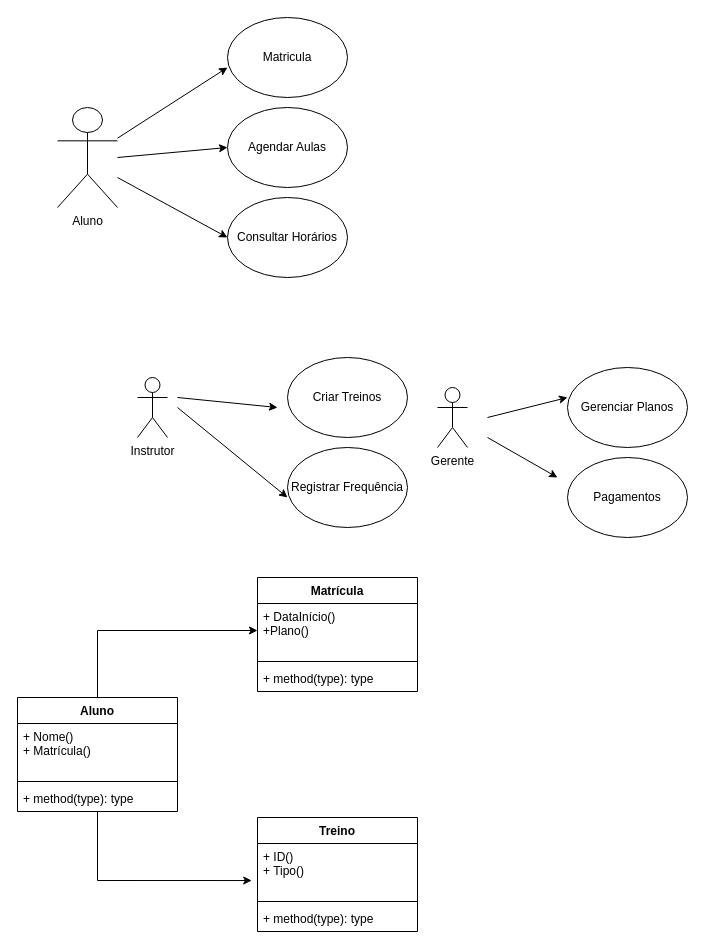
The draw.io diagram page "Página-4" (3 of 7) of Diagrama sem nome.drawio in Yariwake2/diagramaderequisitos, before the edit. Source tidied: cells renumbered, new cells numbered last; positions are measured from the earlier drawing's top-left corner, leaving out a move shared by most shapes. Both pictures are drawn from the tidied source at 100%, with x=0, y=0 at pixel (17, 17).
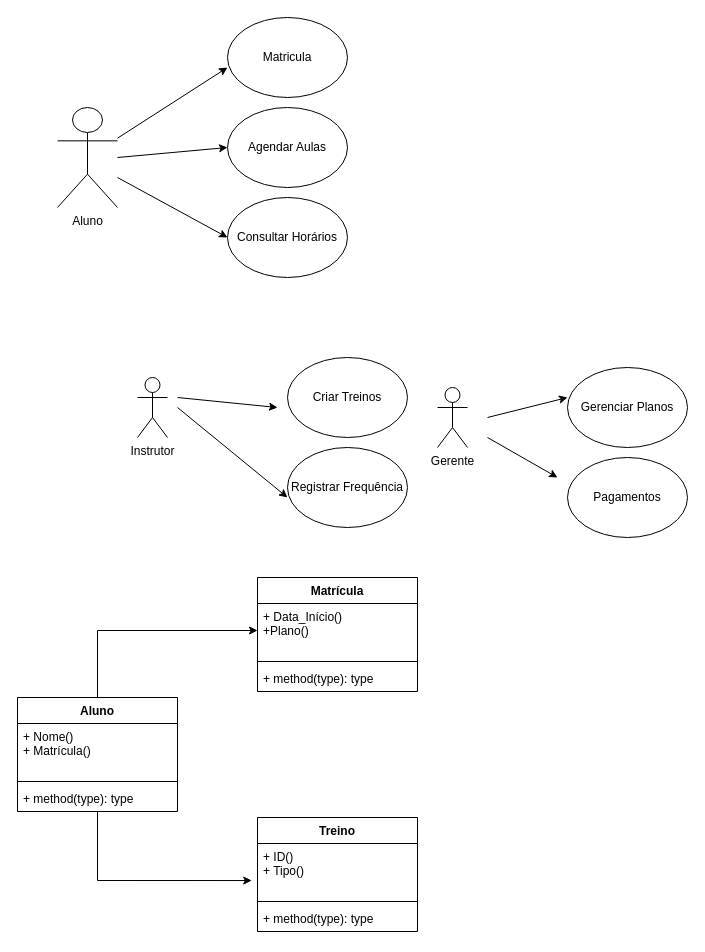
Above is the later version.

The change refers to these unchanged cells:
```xml
<mxCell id="28" value="Matrícula" style="swimlane;fontStyle=1;align=center;verticalAlign=top;horizontal=1;startSize=26;whiteSpace=wrap;html=1;" parent="1" vertex="1">
  <mxGeometry x="240" y="560" width="160" height="114" as="geometry" />
</mxCell>
```

Change to the diagram source:
```diff
@@
-    <mxCell id="29" value="+ DataInício()&lt;div&gt;+Plano()&lt;/div&gt;&lt;div&gt;&lt;br&gt;&lt;/div&gt;" style="text;strokeColor=none;fillColor=none;align=left;verticalAlign=top;spacingLeft=4;spacingRight=4;overflow=hidden;points=[[0,0.5],[1,0.5]];portConstraint=eastwest;whiteSpace=wrap;html=1;" parent="28" vertex="1">
+    <mxCell id="29" value="+ Data_&lt;span style=&quot;background-color: transparent; color: light-dark(rgb(0, 0, 0), rgb(255, 255, 255));&quot;&gt;Início()&lt;/span&gt;&lt;div&gt;&lt;div&gt;+Plano()&lt;/div&gt;&lt;div&gt;&lt;br&gt;&lt;/div&gt;&lt;/div&gt;" style="text;strokeColor=none;fillColor=none;align=left;verticalAlign=top;spacingLeft=4;spacingRight=4;overflow=hidden;points=[[0,0.5],[1,0.5]];portConstraint=eastwest;whiteSpace=wrap;html=1;" parent="28" vertex="1">
       <mxGeometry y="26" width="160" height="54" as="geometry" />
     </mxCell>
```
